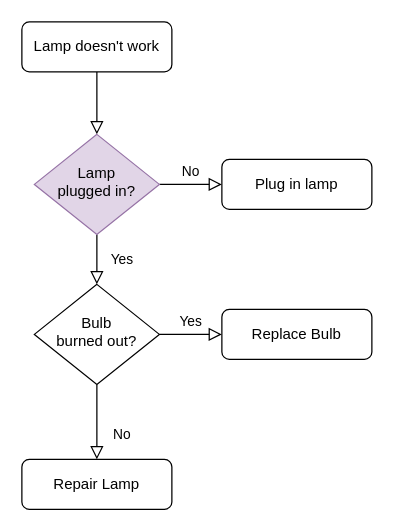
Earlier version of the draw.io diagram Untitled Diagram.drawio (gitriver/python-learning). Source tidied: cells renumbered, new cells numbered last; positions are measured from the earlier drawing's top-left corner, leaving out a move shared by most shapes. Both pictures are drawn from the tidied source at 125%, with x=0, y=0 at pixel (21, 21).
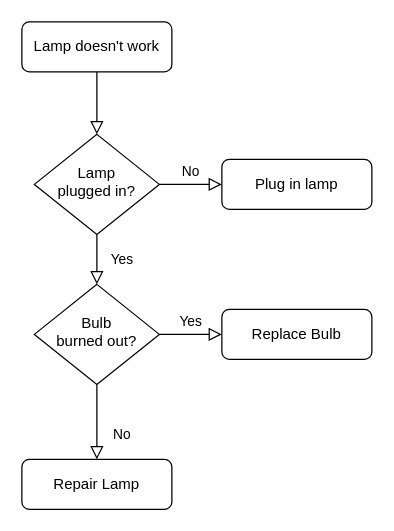
The same page after the edit.

What changed in the source:
```diff
@@
 <mxGraphModel>
   <root>
     <mxCell id="0" />
     <mxCell id="1" parent="0" />
     <mxCell id="2" style="rounded=0;html=1;jettySize=auto;fontSize=11;endArrow=block;endFill=0;endSize=8;strokeWidth=1;shadow=0;labelBackgroundColor=none;edgeStyle=orthogonalEdgeStyle;" parent="1" edge="1" source="3" target="6">
       <mxGeometry relative="1" as="geometry" />
     </mxCell>
     <mxCell id="3" value="Lamp doesn't work" style="rounded=1;whiteSpace=wrap;html=1;fontSize=12;glass=0;strokeWidth=1;shadow=0;" parent="1" vertex="1">
       <mxGeometry width="120" height="40" as="geometry" />
     </mxCell>
     <mxCell id="4" value="Yes" style="rounded=0;html=1;jettySize=auto;fontSize=11;endArrow=block;endFill=0;endSize=8;strokeWidth=1;shadow=0;labelBackgroundColor=none;edgeStyle=orthogonalEdgeStyle;" parent="1" edge="1" source="6" target="10">
       <mxGeometry y="20" relative="1" as="geometry" />
     </mxCell>
     <mxCell id="5" value="No" style="edgeStyle=orthogonalEdgeStyle;rounded=0;html=1;jettySize=auto;fontSize=11;endArrow=block;endFill=0;endSize=8;strokeWidth=1;shadow=0;labelBackgroundColor=none;" parent="1" edge="1" source="6" target="7">
       <mxGeometry y="10" relative="1" as="geometry" />
     </mxCell>
-    <mxCell id="6" value="Lamp&lt;br&gt;plugged in?" style="rhombus;whiteSpace=wrap;html=1;shadow=0;fontFamily=Helvetica;fontSize=12;align=center;strokeWidth=1;spacing=6;spacingTop=-4;fillColor=#e1d5e7;strokeColor=#9673a6;" parent="1" vertex="1">
+    <mxCell id="6" value="Lamp&lt;br&gt;plugged in?" style="rhombus;whiteSpace=wrap;html=1;shadow=0;fontFamily=Helvetica;fontSize=12;align=center;strokeWidth=1;spacing=6;spacingTop=-4;" parent="1" vertex="1">
       <mxGeometry x="10" y="90" width="100" height="80" as="geometry" />
     </mxCell>
     <mxCell id="7" value="Plug in lamp" style="rounded=1;whiteSpace=wrap;html=1;fontSize=12;glass=0;strokeWidth=1;shadow=0;" parent="1" vertex="1">
       <mxGeometry x="160" y="110" width="120" height="40" as="geometry" />
     </mxCell>
     <mxCell id="8" value="No" style="rounded=0;html=1;jettySize=auto;fontSize=11;endArrow=block;endFill=0;endSize=8;strokeWidth=1;shadow=0;labelBackgroundColor=none;edgeStyle=orthogonalEdgeStyle;" parent="1" edge="1" source="10" target="11">
       <mxGeometry x="0.33" y="20" relative="1" as="geometry" />
     </mxCell>
     <mxCell id="9" value="Yes" style="edgeStyle=orthogonalEdgeStyle;rounded=0;html=1;jettySize=auto;fontSize=11;endArrow=block;endFill=0;endSize=8;strokeWidth=1;shadow=0;labelBackgroundColor=none;" parent="1" edge="1" source="10" target="12">
       <mxGeometry y="10" relative="1" as="geometry" />
     </mxCell>
     <mxCell id="10" value="Bulb&lt;br&gt;burned out?" style="rhombus;whiteSpace=wrap;html=1;shadow=0;fontFamily=Helvetica;fontSize=12;align=center;strokeWidth=1;spacing=6;spacingTop=-4;" parent="1" vertex="1">
       <mxGeometry x="10" y="210" width="100" height="80" as="geometry" />
     </mxCell>
     <mxCell id="11" value="Repair Lamp" style="rounded=1;whiteSpace=wrap;html=1;fontSize=12;glass=0;strokeWidth=1;shadow=0;" parent="1" vertex="1">
       <mxGeometry y="350" width="120" height="40" as="geometry" />
     </mxCell>
     <mxCell id="12" value="Replace Bulb" style="rounded=1;whiteSpace=wrap;html=1;fontSize=12;glass=0;strokeWidth=1;shadow=0;" parent="1" vertex="1">
       <mxGeometry x="160" y="230" width="120" height="40" as="geometry" />
     </mxCell>
   </root>
 </mxGraphModel>
```
